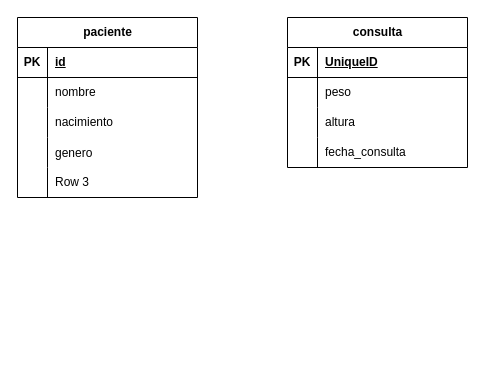
The draw.io diagram page "tablas" (3 of 3) of Diagrama.drawio in Jbarriosb/nutripacientes, before the edit. Source tidied: cells renumbered, new cells numbered last; positions are measured from the earlier drawing's top-left corner, leaving out a move shared by most shapes. Both pictures are drawn from the tidied source at 100%, with x=0, y=0 at pixel (17, 17).
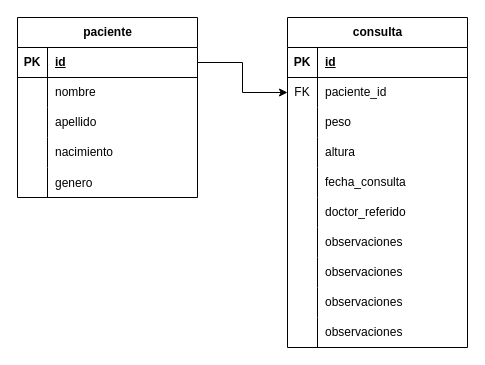
After the change.

Unchanged cells that the change refers to:
```xml
<mxCell id="2" value="paciente" style="shape=table;startSize=30;childLayout=tableLayout;rowLines=0;fontStyle=1;align=center;html=1;rounded=0;" parent="1" vertex="1">
  <mxGeometry width="180" height="180" as="geometry" />
</mxCell>
<mxCell id="3" style="shape=tableRow;horizontal=0;startSize=0;swimlaneHead=0;swimlaneBody=0;fillColor=none;points=[[0,0.5],[1,0.5]];portConstraint=eastwest;top=0;left=0;right=0;bottom=1;rounded=0;" parent="2" vertex="1">
  <mxGeometry y="30" width="180" height="30" as="geometry" />
</mxCell>
<mxCell id="19" style="shape=tableRow;horizontal=0;startSize=0;swimlaneHead=0;swimlaneBody=0;fillColor=none;top=0;left=0;right=0;bottom=1;" parent="18" vertex="1">
  <mxGeometry y="30" width="180" height="30" as="geometry" />
</mxCell>
```

What changed in the source:
```diff
@@
+    <mxCell id="15" style="shape=tableRow;horizontal=0;startSize=0;swimlaneHead=0;swimlaneBody=0;fillColor=none;top=0;left=0;right=0;bottom=0;rounded=0;" parent="2" vertex="1">
+      <mxGeometry y="90" width="180" height="30" as="geometry" />
+    </mxCell>
+    <mxCell id="16" style="shape=partialRectangle;fillColor=none;top=0;left=0;bottom=0;right=0;overflow=hidden;whiteSpace=wrap;html=1;rounded=0;" parent="15" vertex="1">
+      <mxGeometry width="30" height="30" as="geometry" />
+    </mxCell>
+    <mxCell id="17" value="apellido" style="shape=partialRectangle;fillColor=none;top=0;left=0;bottom=0;right=0;align=left;spacingLeft=6;overflow=hidden;whiteSpace=wrap;html=1;rounded=0;" parent="15" vertex="1">
+      <mxGeometry x="30" width="150" height="30" as="geometry" />
+    </mxCell>
     <mxCell id="9" style="shape=tableRow;horizontal=0;startSize=0;swimlaneHead=0;swimlaneBody=0;fillColor=none;top=0;left=0;right=0;bottom=0;rounded=0;" parent="2" vertex="1">
-      <mxGeometry y="90" width="180" height="30" as="geometry" />
+      <mxGeometry y="120" width="180" height="30" as="geometry" />
     </mxCell>
@@
     <mxCell id="12" style="shape=tableRow;horizontal=0;startSize=0;swimlaneHead=0;swimlaneBody=0;fillColor=none;top=0;left=0;right=0;bottom=0;" parent="2" vertex="1">
-      <mxGeometry y="120" width="180" height="30" as="geometry" />
+      <mxGeometry y="150" width="180" height="30" as="geometry" />
     </mxCell>
@@
-    <mxCell id="15" style="shape=tableRow;horizontal=0;startSize=0;swimlaneHead=0;swimlaneBody=0;fillColor=none;top=0;left=0;right=0;bottom=0;rounded=0;" parent="2" vertex="1">
-      <mxGeometry y="150" width="180" height="30" as="geometry" />
-    </mxCell>
-    <mxCell id="16" style="shape=partialRectangle;fillColor=none;top=0;left=0;bottom=0;right=0;overflow=hidden;whiteSpace=wrap;html=1;rounded=0;" parent="15" vertex="1">
-      <mxGeometry width="30" height="30" as="geometry" />
-    </mxCell>
-    <mxCell id="17" value="Row 3" style="shape=partialRectangle;fillColor=none;top=0;left=0;bottom=0;right=0;align=left;spacingLeft=6;overflow=hidden;whiteSpace=wrap;html=1;rounded=0;" parent="15" vertex="1">
-      <mxGeometry x="30" width="150" height="30" as="geometry" />
-    </mxCell>
     <mxCell id="18" value="consulta" style="shape=table;startSize=30;childLayout=tableLayout;rowLines=0;fontStyle=1;align=center;html=1;" parent="1" vertex="1">
-      <mxGeometry x="270" width="180" height="150" as="geometry" />
+      <mxGeometry x="270" width="180" height="330" as="geometry" />
     </mxCell>
@@
-    <mxCell id="21" value="UniqueID" style="shape=partialRectangle;fillColor=none;top=0;left=0;bottom=0;right=0;align=left;spacingLeft=6;fontStyle=5;overflow=hidden;whiteSpace=wrap;html=1;" parent="19" vertex="1">
+    <mxCell id="21" value="id" style="shape=partialRectangle;fillColor=none;top=0;left=0;bottom=0;right=0;align=left;spacingLeft=6;fontStyle=5;overflow=hidden;whiteSpace=wrap;html=1;" parent="19" vertex="1">
       <mxGeometry x="30" width="150" height="30" as="geometry" />
     </mxCell>
+    <mxCell id="31" style="shape=tableRow;horizontal=0;startSize=0;swimlaneHead=0;swimlaneBody=0;fillColor=none;points=[[0,0.5],[1,0.5]];portConstraint=eastwest;top=0;left=0;right=0;bottom=0;" parent="18" vertex="1">
+      <mxGeometry y="60" width="180" height="30" as="geometry" />
+    </mxCell>
+    <mxCell id="32" value="FK" style="shape=partialRectangle;fillColor=none;top=0;left=0;bottom=0;right=0;overflow=hidden;whiteSpace=wrap;html=1;" parent="31" vertex="1">
+      <mxGeometry width="30" height="30" as="geometry" />
+    </mxCell>
+    <mxCell id="33" value="paciente_id" style="shape=partialRectangle;fillColor=none;top=0;left=0;bottom=0;right=0;align=left;spacingLeft=6;overflow=hidden;whiteSpace=wrap;html=1;" parent="31" vertex="1">
+      <mxGeometry x="30" width="150" height="30" as="geometry" />
+    </mxCell>
     <mxCell id="22" style="shape=tableRow;horizontal=0;startSize=0;swimlaneHead=0;swimlaneBody=0;fillColor=none;top=0;left=0;right=0;bottom=0;" parent="18" vertex="1">
-      <mxGeometry y="60" width="180" height="30" as="geometry" />
+      <mxGeometry y="90" width="180" height="30" as="geometry" />
     </mxCell>
@@
     <mxCell id="25" style="shape=tableRow;horizontal=0;startSize=0;swimlaneHead=0;swimlaneBody=0;fillColor=none;top=0;left=0;right=0;bottom=0;" parent="18" vertex="1">
-      <mxGeometry y="90" width="180" height="30" as="geometry" />
+      <mxGeometry y="120" width="180" height="30" as="geometry" />
     </mxCell>
@@
     <mxCell id="28" style="shape=tableRow;horizontal=0;startSize=0;swimlaneHead=0;swimlaneBody=0;fillColor=none;top=0;left=0;right=0;bottom=0;" parent="18" vertex="1">
-      <mxGeometry y="120" width="180" height="30" as="geometry" />
+      <mxGeometry y="150" width="180" height="30" as="geometry" />
     </mxCell>
@@
+    <mxCell id="34" style="shape=tableRow;horizontal=0;startSize=0;swimlaneHead=0;swimlaneBody=0;fillColor=none;top=0;left=0;right=0;bottom=0;" parent="18" vertex="1">
+      <mxGeometry y="180" width="180" height="30" as="geometry" />
+    </mxCell>
+    <mxCell id="35" style="shape=partialRectangle;fillColor=none;top=0;left=0;bottom=0;right=0;overflow=hidden;whiteSpace=wrap;html=1;" parent="34" vertex="1">
+      <mxGeometry width="30" height="30" as="geometry" />
+    </mxCell>
+    <mxCell id="36" value="doctor_referido" style="shape=partialRectangle;fillColor=none;top=0;left=0;bottom=0;right=0;align=left;spacingLeft=6;overflow=hidden;whiteSpace=wrap;html=1;" parent="34" vertex="1">
+      <mxGeometry x="30" width="150" height="30" as="geometry" />
+    </mxCell>
+    <mxCell id="37" style="shape=tableRow;horizontal=0;startSize=0;swimlaneHead=0;swimlaneBody=0;fillColor=none;top=0;left=0;right=0;bottom=0;" parent="18" vertex="1">
+      <mxGeometry y="210" width="180" height="30" as="geometry" />
+    </mxCell>
+    <mxCell id="38" style="shape=partialRectangle;fillColor=none;top=0;left=0;bottom=0;right=0;overflow=hidden;whiteSpace=wrap;html=1;" parent="37" vertex="1">
+      <mxGeometry width="30" height="30" as="geometry" />
+    </mxCell>
+    <mxCell id="39" value="observaciones" style="shape=partialRectangle;fillColor=none;top=0;left=0;bottom=0;right=0;align=left;spacingLeft=6;overflow=hidden;whiteSpace=wrap;html=1;" parent="37" vertex="1">
+      <mxGeometry x="30" width="150" height="30" as="geometry" />
+    </mxCell>
+    <mxCell id="40" style="shape=tableRow;horizontal=0;startSize=0;swimlaneHead=0;swimlaneBody=0;fillColor=none;top=0;left=0;right=0;bottom=0;" parent="18" vertex="1">
+      <mxGeometry y="240" width="180" height="30" as="geometry" />
+    </mxCell>
+    <mxCell id="41" style="shape=partialRectangle;fillColor=none;top=0;left=0;bottom=0;right=0;overflow=hidden;whiteSpace=wrap;html=1;" parent="40" vertex="1">
+      <mxGeometry width="30" height="30" as="geometry" />
+    </mxCell>
+    <mxCell id="42" value="observaciones" style="shape=partialRectangle;fillColor=none;top=0;left=0;bottom=0;right=0;align=left;spacingLeft=6;overflow=hidden;whiteSpace=wrap;html=1;" parent="40" vertex="1">
+      <mxGeometry x="30" width="150" height="30" as="geometry" />
+    </mxCell>
+    <mxCell id="43" style="shape=tableRow;horizontal=0;startSize=0;swimlaneHead=0;swimlaneBody=0;fillColor=none;top=0;left=0;right=0;bottom=0;" parent="18" vertex="1">
+      <mxGeometry y="270" width="180" height="30" as="geometry" />
+    </mxCell>
+    <mxCell id="44" style="shape=partialRectangle;fillColor=none;top=0;left=0;bottom=0;right=0;overflow=hidden;whiteSpace=wrap;html=1;" parent="43" vertex="1">
+      <mxGeometry width="30" height="30" as="geometry" />
+    </mxCell>
+    <mxCell id="45" value="observaciones" style="shape=partialRectangle;fillColor=none;top=0;left=0;bottom=0;right=0;align=left;spacingLeft=6;overflow=hidden;whiteSpace=wrap;html=1;" parent="43" vertex="1">
+      <mxGeometry x="30" width="150" height="30" as="geometry" />
+    </mxCell>
+    <mxCell id="46" style="shape=tableRow;horizontal=0;startSize=0;swimlaneHead=0;swimlaneBody=0;fillColor=none;top=0;left=0;right=0;bottom=0;" parent="18" vertex="1">
+      <mxGeometry y="300" width="180" height="30" as="geometry" />
+    </mxCell>
+    <mxCell id="47" style="shape=partialRectangle;fillColor=none;top=0;left=0;bottom=0;right=0;overflow=hidden;whiteSpace=wrap;html=1;" parent="46" vertex="1">
+      <mxGeometry width="30" height="30" as="geometry" />
+    </mxCell>
+    <mxCell id="48" value="observaciones" style="shape=partialRectangle;fillColor=none;top=0;left=0;bottom=0;right=0;align=left;spacingLeft=6;overflow=hidden;whiteSpace=wrap;html=1;" parent="46" vertex="1">
+      <mxGeometry x="30" width="150" height="30" as="geometry" />
+    </mxCell>
+    <mxCell id="49" style="edgeStyle=orthogonalEdgeStyle;rounded=0;jettySize=auto;html=1;entryX=0;entryY=0.5;entryDx=0;entryDy=0;" parent="1" edge="1" source="3" target="31">
+      <mxGeometry relative="1" as="geometry" />
+    </mxCell>
```
